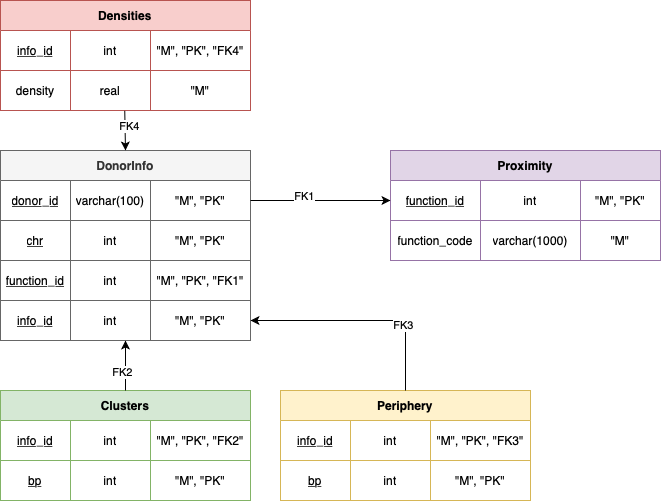
The draw.io diagram chromo.png in Timoniche/DenseWeightedSubgraph, before a commit. Source tidied: cells renumbered, new cells last; positions are measured from the earlier drawing's top-left corner, leaving out a move shared by most shapes.
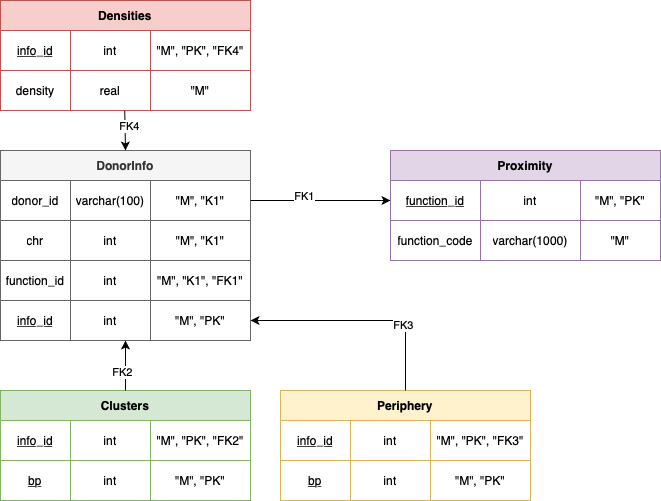
Above is the later version.

What changed in the source:
```diff
@@ -89,37 +89,37 @@
     <mxCell id="30" style="shape=partialRectangle;html=1;whiteSpace=wrap;fillColor=none;top=0;left=0;bottom=0;right=0;points=[[0,0.5],[1,0.5]];portConstraint=eastwest;" parent="29" vertex="1">
       <mxGeometry y="30" width="250" height="40" as="geometry" />
     </mxCell>
-    <mxCell id="31" value="&lt;u&gt;donor_id&lt;/u&gt;" style="shape=partialRectangle;html=1;whiteSpace=wrap;fillColor=none;top=0;left=0;bottom=0;right=0;overflow=hidden;" parent="30" vertex="1">
+    <mxCell id="31" value="donor_id" style="shape=partialRectangle;html=1;whiteSpace=wrap;fillColor=none;top=0;left=0;bottom=0;right=0;overflow=hidden;" parent="30" vertex="1">
       <mxGeometry width="70" height="40" as="geometry" />
     </mxCell>
     <mxCell id="32" value="varchar(100)" style="shape=partialRectangle;html=1;whiteSpace=wrap;fillColor=none;top=0;left=0;bottom=0;right=0;overflow=hidden;" parent="30" vertex="1">
       <mxGeometry x="70" width="80" height="40" as="geometry" />
     </mxCell>
-    <mxCell id="33" value="&quot;M&quot;, &quot;PK&quot;" style="shape=partialRectangle;html=1;whiteSpace=wrap;fillColor=none;top=0;left=0;bottom=0;right=0;overflow=hidden;" parent="30" vertex="1">
+    <mxCell id="33" value="&quot;M&quot;, &quot;K1&quot;" style="shape=partialRectangle;html=1;whiteSpace=wrap;fillColor=none;top=0;left=0;bottom=0;right=0;overflow=hidden;" parent="30" vertex="1">
       <mxGeometry x="150" width="100" height="40" as="geometry" />
     </mxCell>
     <mxCell id="34" style="shape=partialRectangle;html=1;whiteSpace=wrap;fillColor=none;top=0;left=0;bottom=0;right=0;" parent="29" vertex="1">
       <mxGeometry y="70" width="250" height="40" as="geometry" />
     </mxCell>
-    <mxCell id="35" value="&lt;u&gt;chr&lt;/u&gt;" style="shape=partialRectangle;html=1;whiteSpace=wrap;fillColor=none;top=0;left=0;bottom=0;right=0;overflow=hidden;" parent="34" vertex="1">
+    <mxCell id="35" value="chr" style="shape=partialRectangle;html=1;whiteSpace=wrap;fillColor=none;top=0;left=0;bottom=0;right=0;overflow=hidden;" parent="34" vertex="1">
       <mxGeometry width="70" height="40" as="geometry" />
     </mxCell>
     <mxCell id="36" value="int" style="shape=partialRectangle;html=1;whiteSpace=wrap;fillColor=none;top=0;left=0;bottom=0;right=0;overflow=hidden;" parent="34" vertex="1">
       <mxGeometry x="70" width="80" height="40" as="geometry" />
     </mxCell>
-    <mxCell id="37" value="&quot;M&quot;, &quot;PK&quot;" style="shape=partialRectangle;html=1;whiteSpace=wrap;fillColor=none;top=0;left=0;bottom=0;right=0;overflow=hidden;" parent="34" vertex="1">
+    <mxCell id="37" value="&quot;M&quot;, &quot;K1&quot;" style="shape=partialRectangle;html=1;whiteSpace=wrap;fillColor=none;top=0;left=0;bottom=0;right=0;overflow=hidden;" parent="34" vertex="1">
       <mxGeometry x="150" width="100" height="40" as="geometry" />
     </mxCell>
     <mxCell id="38" style="shape=partialRectangle;html=1;whiteSpace=wrap;fillColor=none;top=0;left=0;bottom=0;right=0;" parent="29" vertex="1">
       <mxGeometry y="110" width="250" height="40" as="geometry" />
     </mxCell>
-    <mxCell id="39" value="&lt;u&gt;function_id&lt;/u&gt;" style="shape=partialRectangle;html=1;whiteSpace=wrap;fillColor=none;top=0;left=0;bottom=0;right=0;overflow=hidden;" parent="38" vertex="1">
+    <mxCell id="39" value="function_id" style="shape=partialRectangle;html=1;whiteSpace=wrap;fillColor=none;top=0;left=0;bottom=0;right=0;overflow=hidden;" parent="38" vertex="1">
       <mxGeometry width="70" height="40" as="geometry" />
     </mxCell>
     <mxCell id="40" value="int" style="shape=partialRectangle;html=1;whiteSpace=wrap;fillColor=none;top=0;left=0;bottom=0;right=0;overflow=hidden;" parent="38" vertex="1">
       <mxGeometry x="70" width="80" height="40" as="geometry" />
     </mxCell>
-    <mxCell id="41" value="&quot;M&quot;, &quot;PK&quot;, &quot;FK1&quot;" style="shape=partialRectangle;html=1;whiteSpace=wrap;fillColor=none;top=0;left=0;bottom=0;right=0;overflow=hidden;" parent="38" vertex="1">
+    <mxCell id="41" value="&quot;M&quot;, &quot;K1&quot;, &quot;FK1&quot;" style="shape=partialRectangle;html=1;whiteSpace=wrap;fillColor=none;top=0;left=0;bottom=0;right=0;overflow=hidden;" parent="38" vertex="1">
       <mxGeometry x="150" width="100" height="40" as="geometry" />
     </mxCell>
     <mxCell id="42" style="shape=partialRectangle;html=1;whiteSpace=wrap;fillColor=none;top=0;left=0;bottom=0;right=0;points=[[0,0.5],[1,0.5]];portConstraint=eastwest;" parent="29" vertex="1">
```
